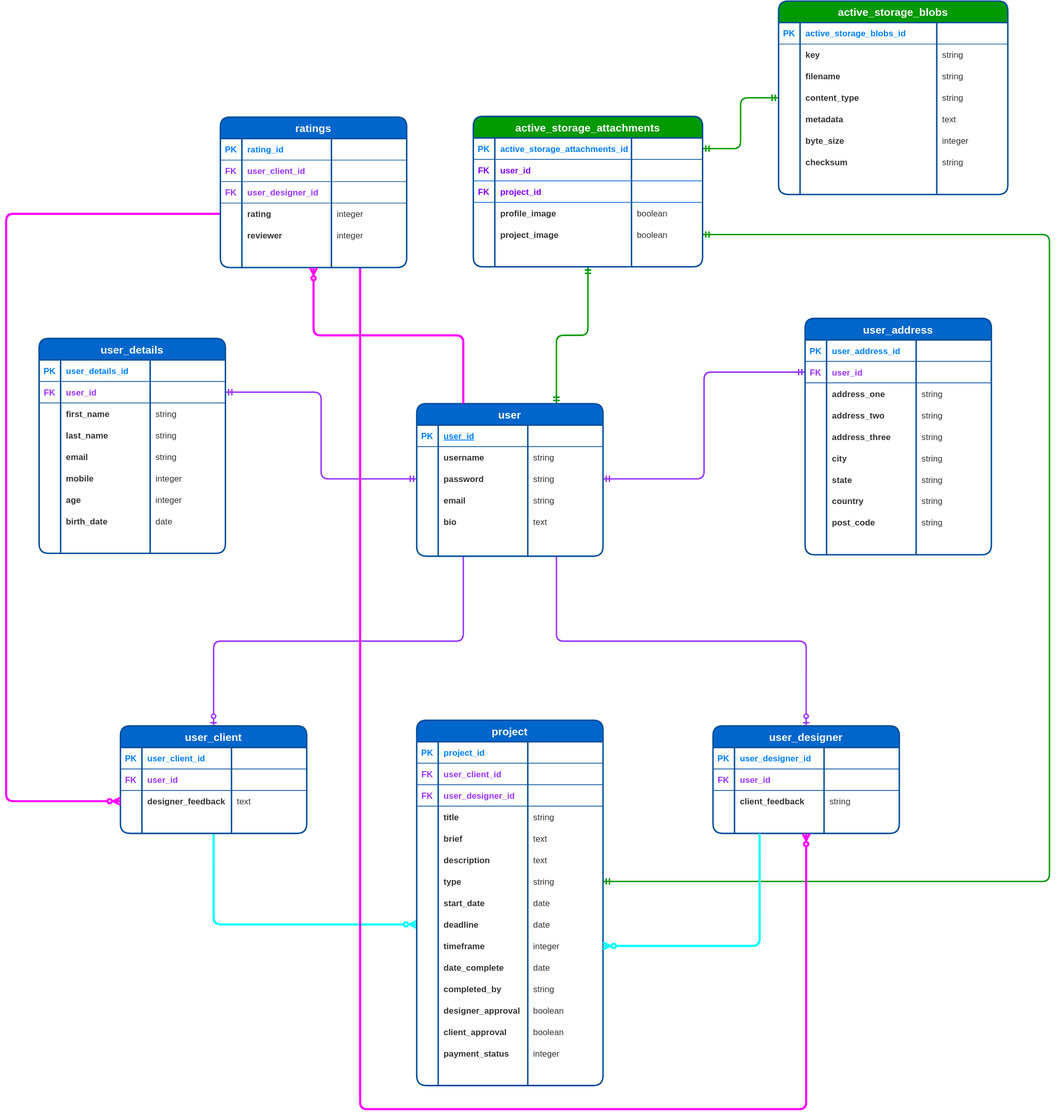
The draw.io diagram public/dd_00_erd.svg in aBuiDev/toDoList, before a commit. Source tidied: cells renumbered, new cells last; positions are measured from the earlier drawing's top-left corner, leaving out a move shared by most shapes.
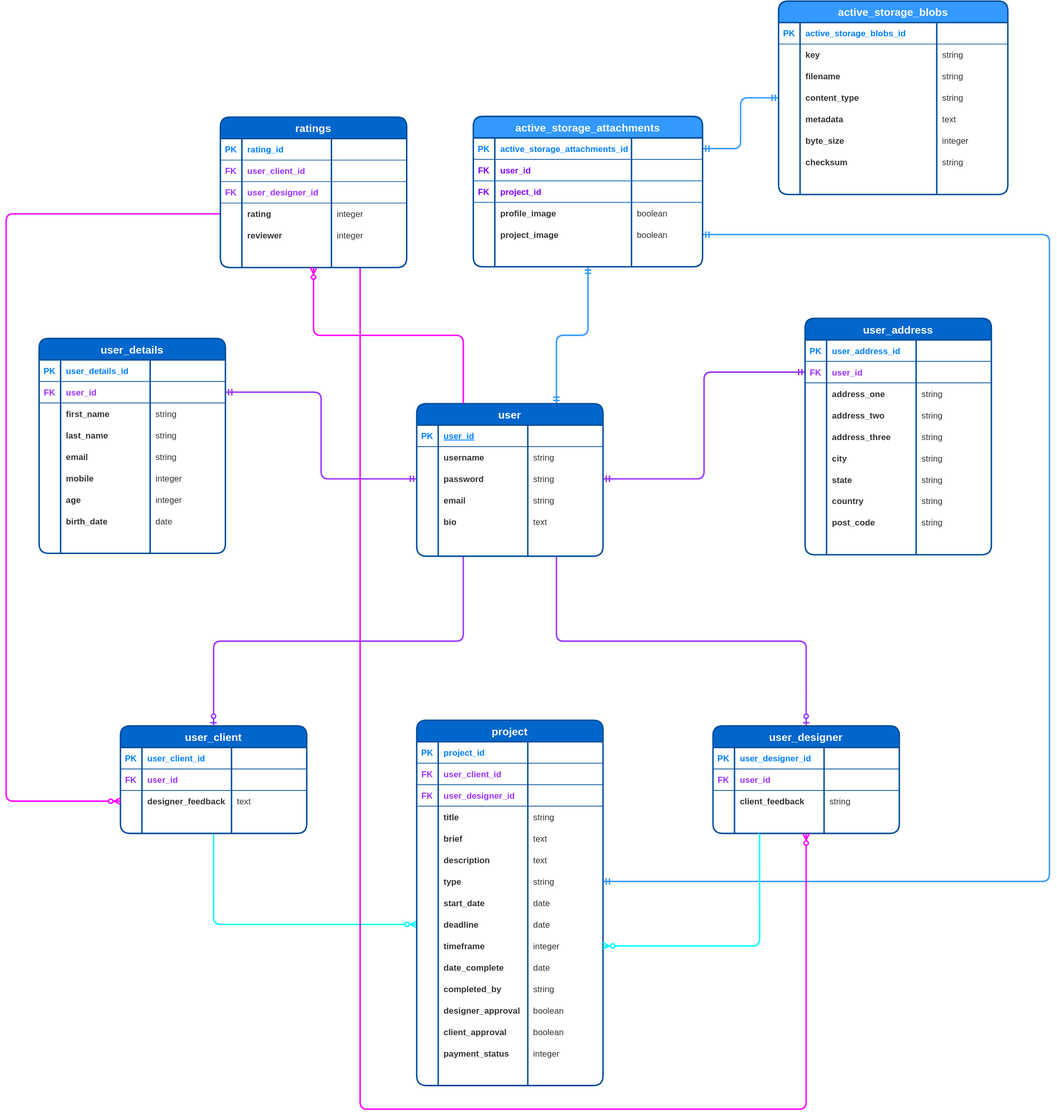
The same file after the commit.

Commit message:
stylistic change to erd

What changed in the source:
```diff
@@ -14,16 +14,16 @@
     <mxCell id="5" style="edgeStyle=orthogonalEdgeStyle;fontSize=12;html=1;endArrow=ERzeroToOne;endFill=1;strokeColor=#9933FF;strokeWidth=2;exitX=0.75;exitY=1;exitDx=0;exitDy=0;entryX=0.5;entryY=0;entryDx=0;entryDy=0;" parent="1" edge="1" source="47" target="171">
       <mxGeometry relative="1" as="geometry" />
     </mxCell>
-    <mxCell id="6" style="edgeStyle=orthogonalEdgeStyle;fontSize=12;html=1;endArrow=ERzeroToMany;endFill=1;strokeWidth=3;exitX=0.5;exitY=1;exitDx=0;exitDy=0;entryX=0;entryY=0.5;entryDx=0;entryDy=0;strokeColor=#00FFFF;" parent="1" edge="1" source="159" target="131">
+    <mxCell id="6" style="edgeStyle=orthogonalEdgeStyle;fontSize=12;html=1;endArrow=ERzeroToMany;endFill=1;strokeWidth=2;exitX=0.5;exitY=1;exitDx=0;exitDy=0;entryX=0;entryY=0.5;entryDx=0;entryDy=0;strokeColor=#00FFFF;" parent="1" edge="1" source="159" target="131">
       <mxGeometry relative="1" as="geometry" />
     </mxCell>
-    <mxCell id="7" style="edgeStyle=orthogonalEdgeStyle;fontSize=12;html=1;endArrow=ERmandOne;startArrow=ERmandOne;strokeWidth=2;exitX=0;exitY=0.5;exitDx=0;exitDy=0;entryX=1;entryY=0.5;entryDx=0;entryDy=0;strokeColor=#009900;" parent="1" edge="1" source="217" target="184">
+    <mxCell id="7" style="edgeStyle=orthogonalEdgeStyle;fontSize=12;html=1;endArrow=ERmandOne;startArrow=ERmandOne;strokeWidth=2;exitX=0;exitY=0.5;exitDx=0;exitDy=0;entryX=1;entryY=0.5;entryDx=0;entryDy=0;strokeColor=#3399FF;" parent="1" edge="1" source="217" target="184">
       <mxGeometry relative="1" as="geometry" />
     </mxCell>
-    <mxCell id="8" style="edgeStyle=orthogonalEdgeStyle;fontSize=12;html=1;endArrow=ERmandOne;startArrow=ERmandOne;strokeWidth=2;exitX=0.75;exitY=0;exitDx=0;exitDy=0;entryX=0.5;entryY=1;entryDx=0;entryDy=0;strokeColor=#009900;" parent="1" edge="1" source="47" target="183">
+    <mxCell id="8" style="edgeStyle=orthogonalEdgeStyle;fontSize=12;html=1;endArrow=ERmandOne;startArrow=ERmandOne;strokeWidth=2;exitX=0.75;exitY=0;exitDx=0;exitDy=0;entryX=0.5;entryY=1;entryDx=0;entryDy=0;strokeColor=#3399FF;" parent="1" edge="1" source="47" target="183">
       <mxGeometry relative="1" as="geometry" />
     </mxCell>
-    <mxCell id="9" style="fontSize=12;html=1;endArrow=ERmandOne;startArrow=ERmandOne;strokeWidth=2;entryX=1;entryY=0.5;entryDx=0;entryDy=0;edgeStyle=elbowEdgeStyle;exitX=1;exitY=0.5;exitDx=0;exitDy=0;strokeColor=#009900;" parent="1" edge="1" source="200" target="123">
+    <mxCell id="9" style="fontSize=12;html=1;endArrow=ERmandOne;startArrow=ERmandOne;strokeWidth=2;entryX=1;entryY=0.5;entryDx=0;entryDy=0;edgeStyle=elbowEdgeStyle;exitX=1;exitY=0.5;exitDx=0;exitDy=0;strokeColor=#3399FF;" parent="1" edge="1" source="200" target="123">
       <mxGeometry relative="1" as="geometry">
         <Array as="points">
           <mxPoint x="1456" y="464" />
@@ -553,7 +553,7 @@
     <mxCell id="182" value="string" style="shape=partialRectangle;fillColor=none;top=0;left=0;bottom=0;right=0;align=left;spacingLeft=6;overflow=hidden;fontColor=#333333;" parent="179" vertex="1">
       <mxGeometry x="155" width="105" height="30" as="geometry" />
     </mxCell>
-    <mxCell id="183" value="active_storage_attachments" style="shape=table;startSize=30;rowLines=0;fontStyle=1;align=center;rounded=1;sketch=0;labelBackgroundColor=none;shadow=0;fontSize=15;fontColor=#FCFCFC;strokeColor=#004C99;strokeWidth=2;fillColor=#009900;" parent="1" vertex="1">
+    <mxCell id="183" value="active_storage_attachments" style="shape=table;startSize=30;rowLines=0;fontStyle=1;align=center;rounded=1;sketch=0;labelBackgroundColor=none;shadow=0;fontSize=15;fontColor=#FCFCFC;strokeColor=#004C99;strokeWidth=2;fillColor=#3399FF;" parent="1" vertex="1">
       <mxGeometry x="652" y="161" width="319.9" height="210" as="geometry" />
     </mxCell>
     <mxCell id="184" style="shape=partialRectangle;fillColor=none;top=0;left=0;bottom=1;right=0;points=[[0,0.5],[1,0.5]];portConstraint=eastwest;fontColor=#F7F7F7;strokeColor=#004C99;" parent="183" vertex="1">
@@ -616,7 +616,7 @@
     <mxCell id="203" value="boolean" style="shape=partialRectangle;fillColor=none;top=0;left=0;bottom=0;right=0;align=left;spacingLeft=6;overflow=hidden;fontColor=#333333;" parent="200" vertex="1">
       <mxGeometry x="220.8" width="99.2" height="30" as="geometry" />
     </mxCell>
-    <mxCell id="204" value="active_storage_blobs" style="shape=table;startSize=30;rowLines=0;fontStyle=1;align=center;rounded=1;sketch=0;labelBackgroundColor=none;shadow=0;fontSize=15;fontColor=#FCFCFC;strokeColor=#004C99;strokeWidth=2;fillColor=#009900;" parent="1" vertex="1">
+    <mxCell id="204" value="active_storage_blobs" style="shape=table;startSize=30;rowLines=0;fontStyle=1;align=center;rounded=1;sketch=0;labelBackgroundColor=none;shadow=0;fontSize=15;fontColor=#FCFCFC;strokeColor=#004C99;strokeWidth=2;fillColor=#3399FF;" parent="1" vertex="1">
       <mxGeometry x="1078" width="319.9" height="270" as="geometry" />
     </mxCell>
     <mxCell id="205" style="shape=partialRectangle;fillColor=none;top=0;left=0;bottom=1;right=0;fontColor=#F7F7F7;strokeColor=#004C99;" parent="204" vertex="1">
@@ -703,10 +703,10 @@
     <mxCell id="232" value="string" style="shape=partialRectangle;fillColor=none;top=0;left=0;bottom=0;right=0;align=left;spacingLeft=6;overflow=hidden;fontColor=#333333;" parent="229" vertex="1">
       <mxGeometry x="220.8" width="99.2" height="30" as="geometry" />
     </mxCell>
-    <mxCell id="233" style="edgeStyle=orthogonalEdgeStyle;fontSize=12;html=1;endArrow=ERzeroToMany;endFill=1;strokeWidth=3;exitX=0.25;exitY=1;exitDx=0;exitDy=0;entryX=1;entryY=0.5;entryDx=0;entryDy=0;strokeColor=#00FFFF;" parent="1" edge="1" source="171" target="135">
+    <mxCell id="233" style="edgeStyle=orthogonalEdgeStyle;fontSize=12;html=1;endArrow=ERzeroToMany;endFill=1;strokeWidth=2;exitX=0.25;exitY=1;exitDx=0;exitDy=0;entryX=1;entryY=0.5;entryDx=0;entryDy=0;strokeColor=#00FFFF;" parent="1" edge="1" source="171" target="135">
       <mxGeometry relative="1" as="geometry" />
     </mxCell>
-    <mxCell id="234" style="edgeStyle=elbowEdgeStyle;fontSize=12;html=1;endArrow=ERzeroToMany;endFill=1;strokeWidth=3;entryX=0;entryY=0.5;entryDx=0;entryDy=0;exitX=0;exitY=0.5;exitDx=0;exitDy=0;strokeColor=#FF00FF;" parent="1" edge="1" source="247" target="167">
+    <mxCell id="234" style="edgeStyle=elbowEdgeStyle;fontSize=12;html=1;endArrow=ERzeroToMany;endFill=1;strokeWidth=2;entryX=0;entryY=0.5;entryDx=0;entryDy=0;exitX=0;exitY=0.5;exitDx=0;exitDy=0;strokeColor=#FF00FF;" parent="1" edge="1" source="247" target="167">
       <mxGeometry relative="1" as="geometry">
         <Array as="points">
           <mxPoint y="561" />
@@ -714,7 +714,7 @@
         </Array>
       </mxGeometry>
     </mxCell>
-    <mxCell id="235" style="edgeStyle=elbowEdgeStyle;fontSize=12;html=1;endArrow=ERzeroToMany;endFill=1;strokeColor=#FF00FF;strokeWidth=3;entryX=0.5;entryY=1;entryDx=0;entryDy=0;exitX=0.75;exitY=1;exitDx=0;exitDy=0;elbow=vertical;" parent="1" edge="1" source="236" target="171">
+    <mxCell id="235" style="edgeStyle=elbowEdgeStyle;fontSize=12;html=1;endArrow=ERzeroToMany;endFill=1;strokeColor=#FF00FF;strokeWidth=2;entryX=0.5;entryY=1;entryDx=0;entryDy=0;exitX=0.75;exitY=1;exitDx=0;exitDy=0;elbow=vertical;" parent="1" edge="1" source="236" target="171">
       <mxGeometry relative="1" as="geometry">
         <Array as="points">
           <mxPoint x="759" y="1547" />
@@ -778,7 +778,7 @@
     <mxCell id="254" value="integer" style="shape=partialRectangle;fillColor=none;top=0;left=0;bottom=0;right=0;align=left;spacingLeft=6;overflow=hidden;fontColor=#333333;" parent="251" vertex="1">
       <mxGeometry x="155" width="105" height="30" as="geometry" />
     </mxCell>
-    <mxCell id="255" style="edgeStyle=elbowEdgeStyle;fontSize=12;html=1;endArrow=ERzeroToMany;endFill=1;strokeWidth=3;exitX=0.25;exitY=0;exitDx=0;exitDy=0;entryX=0.5;entryY=1;entryDx=0;entryDy=0;elbow=vertical;strokeColor=#FF00FF;" parent="1" edge="1" source="47" target="236">
+    <mxCell id="255" style="edgeStyle=elbowEdgeStyle;fontSize=12;html=1;endArrow=ERzeroToMany;endFill=1;strokeWidth=2;exitX=0.25;exitY=0;exitDx=0;exitDy=0;entryX=0.5;entryY=1;entryDx=0;entryDy=0;elbow=vertical;strokeColor=#FF00FF;" parent="1" edge="1" source="47" target="236">
       <mxGeometry relative="1" as="geometry" />
     </mxCell>
   </root>
```
